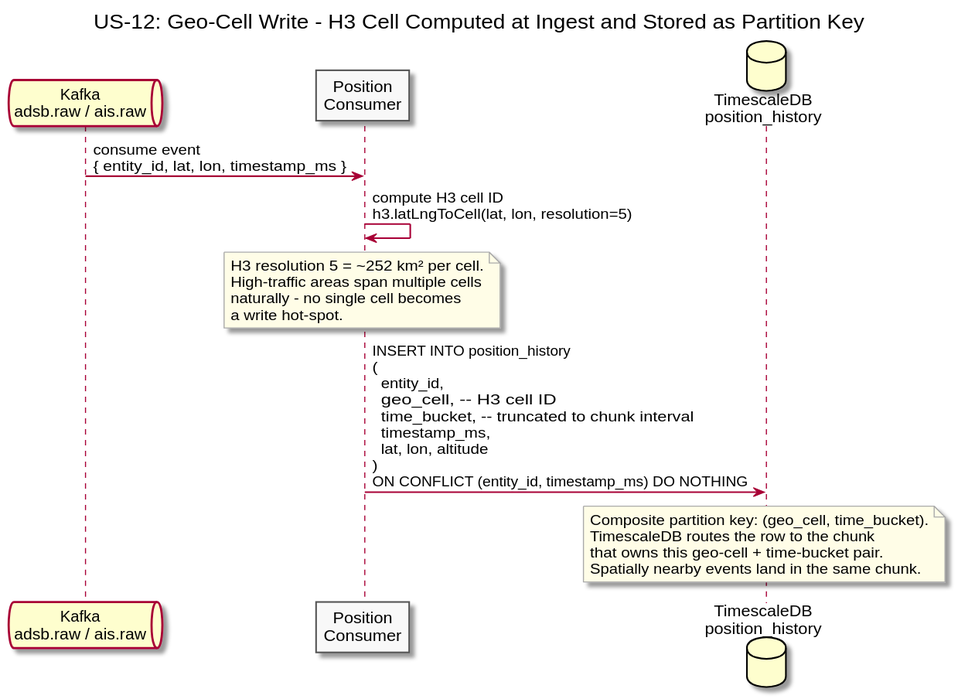
Above: diagrams/docs/use-cases/US-12-geo-spatial-efficiency/geo-cell-write.svg in Buffden/sentinel (PlantUML), before the change.
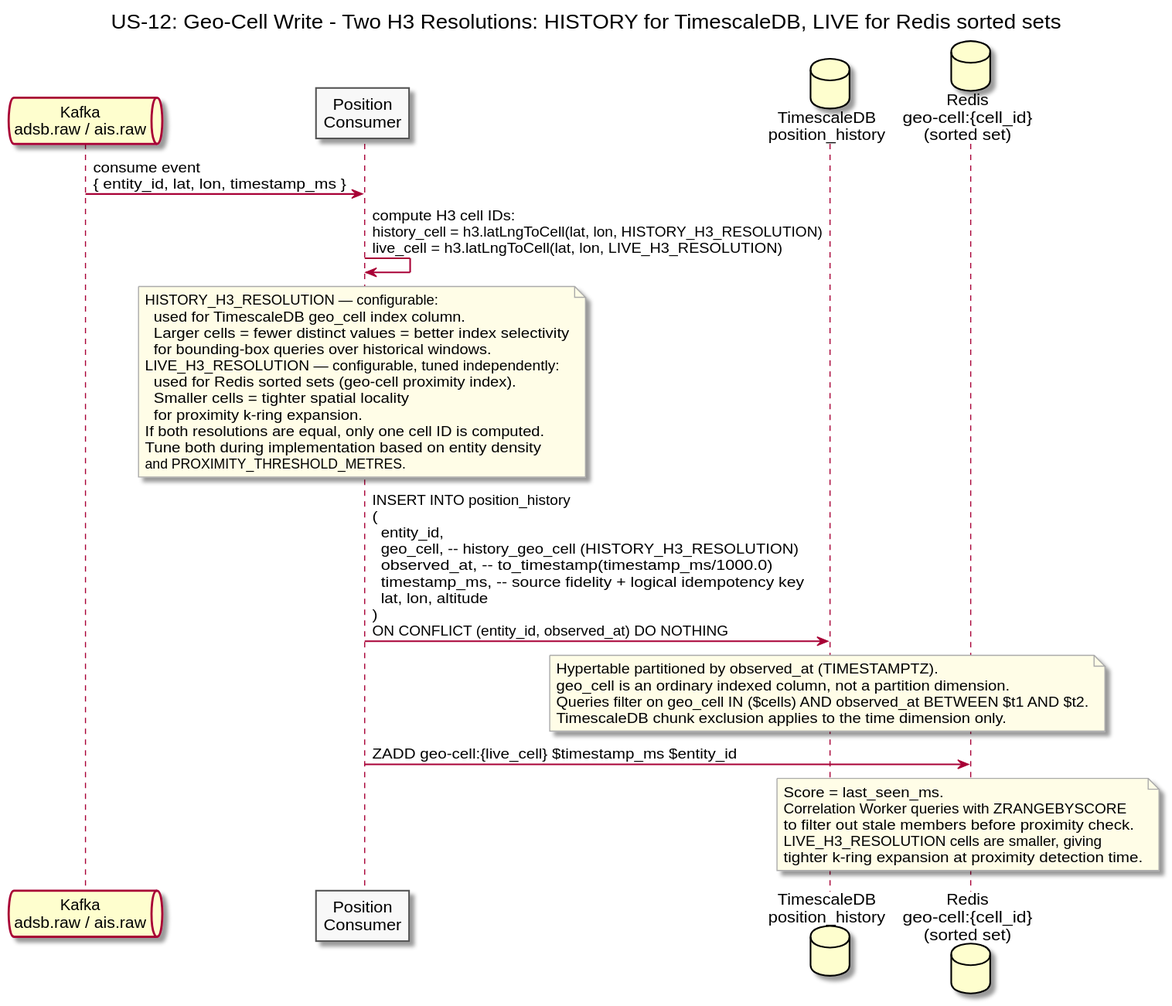
The same file after the commit.

The edit, as a diff of the source:
```diff
@@ -1,5 +1,5 @@
 @startuml geo-cell-write
-title US-12: Geo-Cell Write - H3 Cell Computed at Ingest and Stored as Partition Key
+title US-12: Geo-Cell Write - Two H3 Resolutions: HISTORY for TimescaleDB, LIVE for Redis sorted sets
 
 skinparam sequenceArrowThickness 1.5
 skinparam participantBorderColor #555555
@@ -10,25 +10,42 @@
 queue "Kafka\nadsb.raw / ais.raw" as Kafka
 participant "Position\nConsumer" as Consumer
 database "TimescaleDB\nposition_history" as TSDB
+database "Redis\ngeo-cell:{cell_id}\n(sorted set)" as GeoCell
 
 Kafka -> Consumer : consume event\n{ entity_id, lat, lon, timestamp_ms }
 
-Consumer -> Consumer : compute H3 cell ID\nh3.latLngToCell(lat, lon, resolution=5)
+Consumer -> Consumer : compute H3 cell IDs:\nhistory_cell = h3.latLngToCell(lat, lon, HISTORY_H3_RESOLUTION)\nlive_cell    = h3.latLngToCell(lat, lon, LIVE_H3_RESOLUTION)
 
 note over Consumer
-  H3 resolution 5 = ~252 km² per cell.
-  High-traffic areas span multiple cells
-  naturally - no single cell becomes
-  a write hot-spot.
+  HISTORY_H3_RESOLUTION — configurable:
+    used for TimescaleDB geo_cell index column.
+    Larger cells = fewer distinct values = better index selectivity
+    for bounding-box queries over historical windows.
+  LIVE_H3_RESOLUTION — configurable, tuned independently:
+    used for Redis sorted sets (geo-cell proximity index).
+    Smaller cells = tighter spatial locality
+    for proximity k-ring expansion.
+  If both resolutions are equal, only one cell ID is computed.
+  Tune both during implementation based on entity density
+  and PROXIMITY_THRESHOLD_METRES.
 end note
 
-Consumer -> TSDB : INSERT INTO position_history\n(\n  entity_id,\n  geo_cell,        -- H3 cell ID\n  time_bucket,     -- truncated to chunk interval\n  timestamp_ms,\n  lat, lon, altitude\n)\nON CONFLICT (entity_id, timestamp_ms) DO NOTHING
+Consumer -> TSDB : INSERT INTO position_history\n(\n  entity_id,\n  geo_cell,        -- history_geo_cell (HISTORY_H3_RESOLUTION)\n  observed_at,     -- to_timestamp(timestamp_ms/1000.0)\n  timestamp_ms,    -- source fidelity + logical idempotency key\n  lat, lon, altitude\n)\nON CONFLICT (entity_id, observed_at) DO NOTHING
 
 note over TSDB
-  Composite partition key: (geo_cell, time_bucket).
-  TimescaleDB routes the row to the chunk
-  that owns this geo-cell + time-bucket pair.
-  Spatially nearby events land in the same chunk.
+  Hypertable partitioned by observed_at (TIMESTAMPTZ).
+  geo_cell is an ordinary indexed column, not a partition dimension.
+  Queries filter on geo_cell IN ($cells) AND observed_at BETWEEN $t1 AND $t2.
+  TimescaleDB chunk exclusion applies to the time dimension only.
+end note
+
+Consumer -> GeoCell : ZADD geo-cell:{live_cell} $timestamp_ms $entity_id
+note over GeoCell
+  Score = last_seen_ms.
+  Correlation Worker queries with ZRANGEBYSCORE
+  to filter out stale members before proximity check.
+  LIVE_H3_RESOLUTION cells are smaller, giving
+  tighter k-ring expansion at proximity detection time.
 end note
 
 @enduml
```
